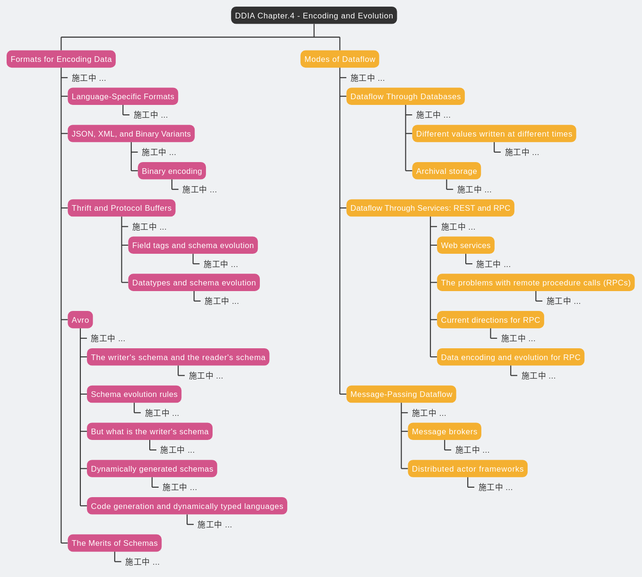
JianLiu666/plantuml keeps this PlantUML diagram as images/ddia/ch4_wbs.svg. Above is the earlier version.
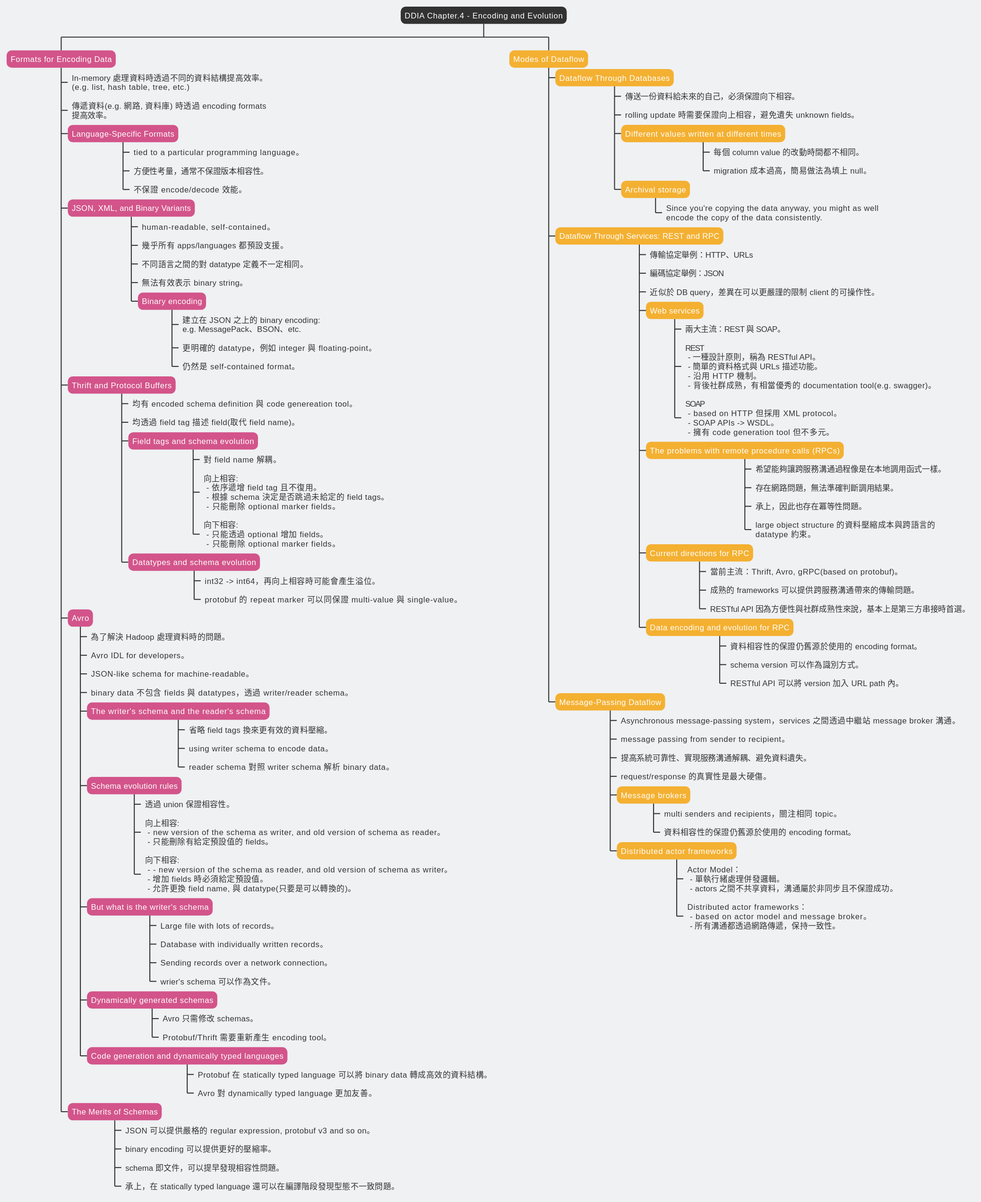
After the commit.

The edit, as a diff of the source:
```diff
@@ -76,81 +76,125 @@
 * DDIA Chapter.4 - Encoding and Evolution<<Type_Root>>
 
 ** Formats for Encoding Data<<Type1_Node>>
-*** 施工中 ...
+*** In-memory 處理資料時透過不同的資料結構提高效率。\n(e.g. list, hash table, tree, etc.)
+*** 傳遞資料(e.g. 網路, 資料庫) 時透過 encoding formats\n提高效率。
 
 *** Language-Specific Formats<<Type1_Node>>
-**** 施工中 ...
+**** tied to a particular programming language。
+**** 方便性考量，通常不保證版本相容性。
+**** 不保證 encode/decode 效能。
 
 *** JSON, XML, and Binary Variants<<Type1_Node>>
-**** 施工中 ...
+**** human-readable, self-contained。
+**** 幾乎所有 apps/languages 都預設支援。
+**** 不同語言之間的對 datatype 定義不一定相同。
+**** 無法有效表示 binary string。
 
 **** Binary encoding<<Type1_Node>>
-***** 施工中 ...
+***** 建立在 JSON 之上的 binary encoding:\ne.g. MessagePack、BSON、etc.
+***** 更明確的 datatype，例如 integer 與 floating-point。
+***** 仍然是 self-contained format。
 
 *** Thrift and Protocol Buffers<<Type1_Node>>
-**** 施工中 ...
+**** 均有 encoded schema definition 與 code genereation tool。
+**** 均透過 field tag 描述 field(取代 field name)。
 
 **** Field tags and schema evolution<<Type1_Node>>
-***** 施工中 ...
+***** 對 field name 解耦。
+***** 向上相容:\n - 依序遞增 field tag 且不復用。\n - 根據 schema 決定是否跳過未給定的 field tags。\n - 只能刪除 optional marker fields。
+***** 向下相容:\n - 只能透過 optional 增加 fields。\n - 只能刪除 optional marker fields。
 
 **** Datatypes and schema evolution<<Type1_Node>>
-***** 施工中 ...
+***** int32 -> int64，再向上相容時可能會產生溢位。
+***** protobuf 的 repeat marker 可以同保證 multi-value 與 single-value。
 
 *** Avro<<Type1_Node>>
-**** 施工中 ...
+**** 為了解決 Hadoop 處理資料時的問題。
+**** Avro IDL for developers。
+**** JSON-like schema for machine-readable。
+**** binary data 不包含 fields 與 datatypes，透過 writer/reader schema。
 
 **** The writer's schema and the reader's schema<<Type1_Node>>
-***** 施工中 ...
+***** 省略 field tags 換來更有效的資料壓縮。
+***** using writer schema to encode data。
+***** reader schema 對照 writer schema 解析 binary data。
 
 **** Schema evolution rules<<Type1_Node>>
-***** 施工中 ...
+***** 透過 union 保證相容性。
+***** 向上相容:\n - new version of the schema as writer, and old version of schema as reader。\n - 只能刪除有給定預設值的 fields。
+***** 向下相容:\n -- new version of the schema as reader, and old version of schema as writer。\n - 增加 fields 時必須給定預設值。\n - 允許更換 field name, 與 datatype(只要是可以轉換的)。
 
 **** But what is the writer's schema<<Type1_Node>>
-***** 施工中 ...
+***** Large file with lots of records。
+***** Database with individually written records。
+***** Sending records over a network connection。
+***** wrier's schema 可以作為文件。
 
 **** Dynamically generated schemas<<Type1_Node>>
-***** 施工中 ...
+***** Avro 只需修改 schemas。
+***** Protobuf/Thrift 需要重新產生 encoding tool。
 
 **** Code generation and dynamically typed languages<<Type1_Node>>
-***** 施工中 ...
+***** Protobuf 在 statically typed language 可以將 binary data 轉成高效的資料結構。
+***** Avro 對 dynamically typed language 更加友善。
 
 *** The Merits of Schemas<<Type1_Node>>
-**** 施工中 ...
+**** JSON 可以提供嚴格的 regular expression, protobuf v3 and so on。
+**** binary encoding 可以提供更好的壓縮率。
+**** schema 即文件，可以提早發現相容性問題。
+**** 承上，在 statically typed language 還可以在編譯階段發現型態不一致問題。
 
 ** Modes of Dataflow<<Type2_Node>>
-*** 施工中 ...
 
 *** Dataflow Through Databases<<Type2_Node>>
-**** 施工中 ...
+**** 傳送一份資料給未來的自己，必須保證向下相容。
+**** rolling update 時需要保證向上相容，避免遺失 unknown fields。
 
 **** Different values written at different times<<Type2_Node>>
-***** 施工中 ...
+***** 每個 column value 的改動時間都不相同。
+***** migration 成本過高，簡易做法為填上 null。
 
 **** Archival storage<<Type2_Node>>
-***** 施工中 ...
+***** Since you're copying the data anyway, you might as well\nencode the copy of the data consistently.
 
 *** Dataflow Through Services: REST and RPC<<Type2_Node>>
-**** 施工中 ...
+**** 傳輸協定舉例：HTTP、URLs
+**** 編碼協定舉例：JSON
+**** 近似於 DB query，差異在可以更嚴謹的限制 client 的可操作性。
 
 **** Web services<<Type2_Node>>
-***** 施工中 ...
+***** 兩大主流：REST 與 SOAP。
+***** REST\n - 一種設計原則，稱為 RESTful API。\n - 簡單的資料格式與 URLs 描述功能。\n - 沿用 HTTP 機制。\n - 背後社群成熟，有相當優秀的 documentation tool(e.g. swagger)。
+***** SOAP\n - based on HTTP 但採用 XML protocol。\n - SOAP APIs -> WSDL。\n - 擁有 code generation tool 但不多元。
 
 **** The problems with remote procedure calls (RPCs)<<Type2_Node>>
-***** 施工中 ...
+***** 希望能夠讓跨服務溝通過程像是在本地調用函式一樣。
+***** 存在網路問題，無法準確判斷調用結果。
+***** 承上，因此也存在冪等性問題。
+***** large object structure 的資料壓縮成本與跨語言的\ndatatype 約束。
 
 **** Current directions for RPC<<Type2_Node>>
-***** 施工中 ...
+***** 當前主流：Thrift, Avro, gRPC(based on protobuf)。
+***** 成熟的 frameworks 可以提供跨服務溝通帶來的傳輸問題。
+***** RESTful API 因為方便性與社群成熟性來說，基本上是第三方串接時首選。
 
 **** Data encoding and evolution for RPC<<Type2_Node>>
-***** 施工中 ...
+***** 資料相容性的保證仍舊源於使用的 encoding format。
+***** schema version 可以作為識別方式。
+***** RESTful API 可以將 version 加入 URL path 內。
 
 *** Message-Passing Dataflow<<Type2_Node>>
-**** 施工中 ...
+**** Asynchronous message-passing system，services 之間透過中繼站 message broker 溝通。
+**** message passing from sender to recipient。
+**** 提高系統可靠性、實現服務溝通解耦、避免資料遺失。
+**** request/response 的真實性是最大硬傷。
 
 **** Message brokers<<Type2_Node>>
-***** 施工中 ...
+***** multi senders and recipients，關注相同 topic。
+***** 資料相容性的保證仍舊源於使用的 encoding format。
 
 **** Distributed actor frameworks<<Type2_Node>>
-***** 施工中 ...
+***** Actor Model：\n - 單執行緒處理併發邏輯。\n - actors 之間不共享資料，溝通屬於非同步且不保證成功。
+***** Distributed actor frameworks：\n - based on actor model and message broker。\n - 所有溝通都透過網路傳遞，保持一致性。
 
 @endwbs
```
